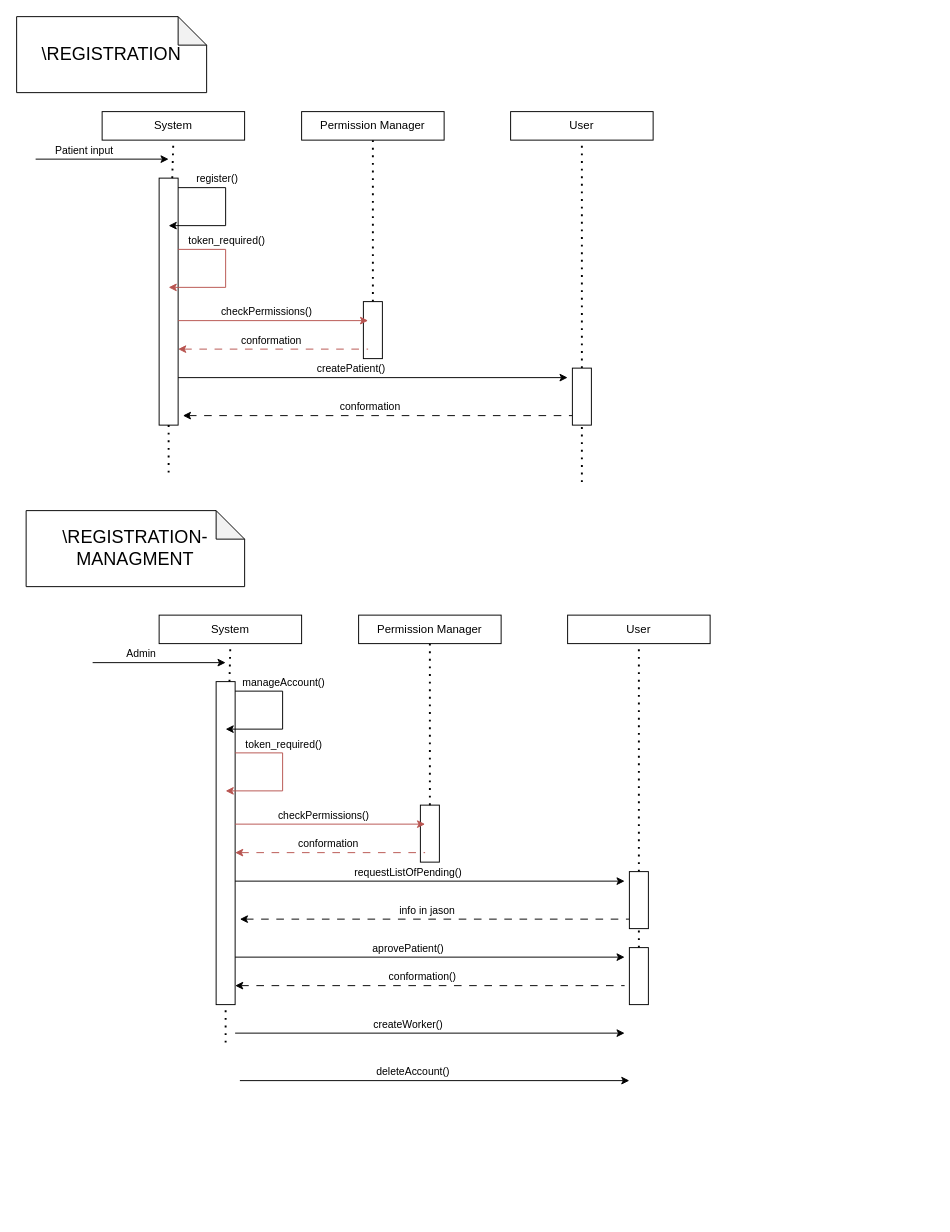
The draw.io diagram Project_Documentation/sequence_design/Registration.drawio in IndecentTulip/INFO2413, before the edit. Source tidied: cells renumbered, new cells numbered last; positions are measured from the earlier drawing's top-left corner, leaving out a move shared by most shapes. Both pictures are drawn from the tidied source at 95%, with x=0, y=0 at pixel (16, 16).
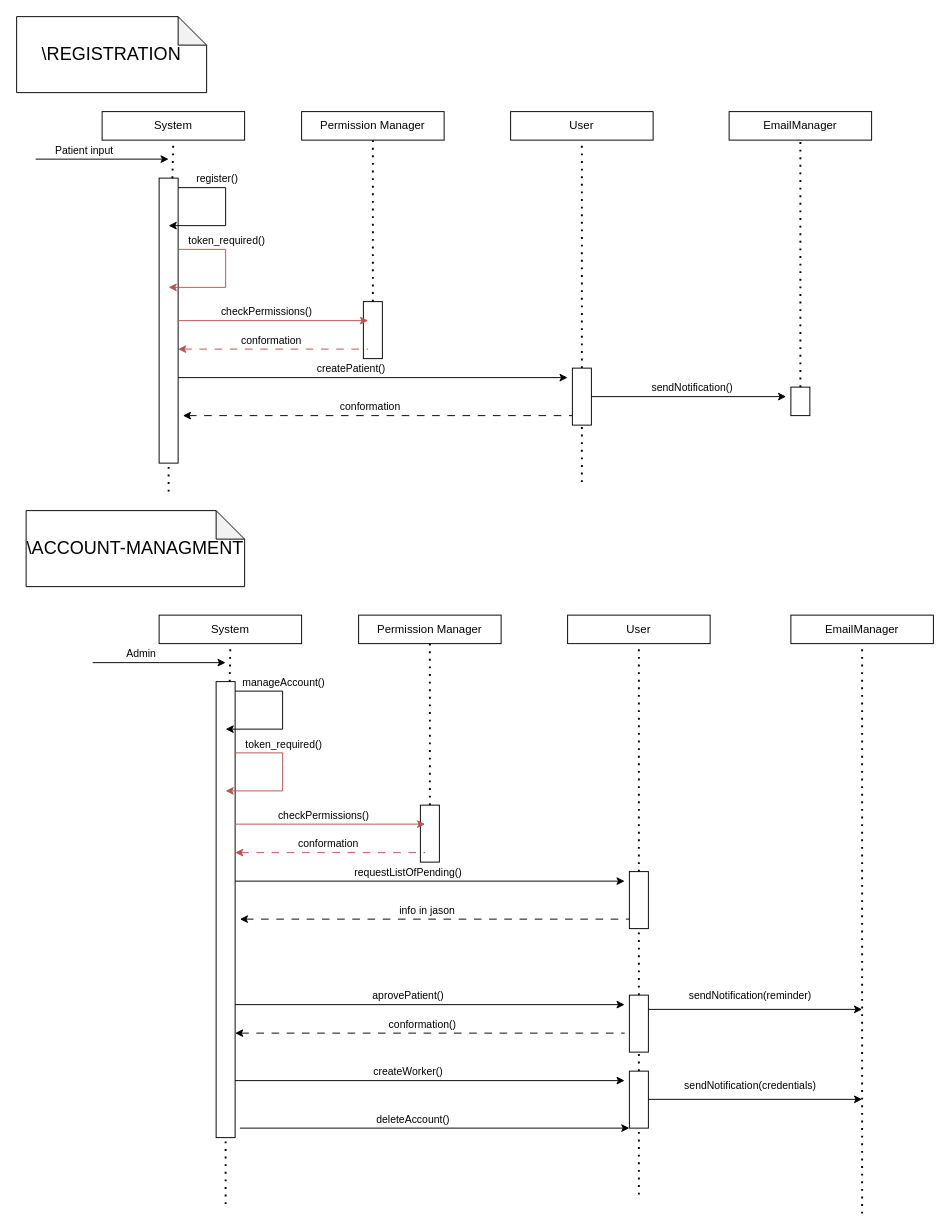
The same page after the edit.

Unchanged cells that the change refers to:
```xml
<mxCell id="19" style="rounded=0;whiteSpace=wrap;html=1;" parent="1" vertex="1">
  <mxGeometry x="585" y="370" width="20" height="60" as="geometry" />
</mxCell>
<mxCell id="46" style="rounded=0;whiteSpace=wrap;html=1;" parent="1" vertex="1">
  <mxGeometry x="645" y="900" width="20" height="60" as="geometry" />
</mxCell>
```

Diff of the diagram source:
```diff
@@
     <mxCell id="3" style="rounded=0;whiteSpace=wrap;html=1;" parent="1" vertex="1">
-      <mxGeometry x="150" y="170" width="20" height="260" as="geometry" />
+      <mxGeometry x="150" y="170" width="20" height="300" as="geometry" />
     </mxCell>
@@
     <mxCell id="15" style="endArrow=none;dashed=1;html=1;dashPattern=1 3;strokeWidth=2;rounded=0;entryX=0.5;entryY=1;entryDx=0;entryDy=0;" parent="1" edge="1" target="3">
       <mxGeometry relative="1" as="geometry">
-        <mxPoint x="160" y="480" as="sourcePoint" />
+        <mxPoint x="160" y="500" as="sourcePoint" />
       </mxGeometry>
     </mxCell>
@@
-    <mxCell id="29" value="&lt;font style=&quot;font-size: 19px;&quot;&gt;\REGISTRATION-MANAGMENT&lt;/font&gt;" style="shape=note;whiteSpace=wrap;html=1;backgroundOutline=1;darkOpacity=0.05;" parent="1" vertex="1">
+    <mxCell id="29" value="&lt;font style=&quot;font-size: 19px;&quot;&gt;\ACCOUNT-MANAGMENT&lt;/font&gt;" style="shape=note;whiteSpace=wrap;html=1;backgroundOutline=1;darkOpacity=0.05;" parent="1" vertex="1">
       <mxGeometry x="10" y="520" width="230" height="80" as="geometry" />
     </mxCell>
@@
     <mxCell id="31" style="rounded=0;whiteSpace=wrap;html=1;" parent="1" vertex="1">
-      <mxGeometry x="210" y="700" width="20" height="340" as="geometry" />
+      <mxGeometry x="210" y="700" width="20" height="480" as="geometry" />
     </mxCell>
@@
     <mxCell id="42" style="endArrow=none;dashed=1;html=1;dashPattern=1 3;strokeWidth=2;rounded=0;entryX=0.5;entryY=1;entryDx=0;entryDy=0;" parent="1" edge="1" target="31">
       <mxGeometry relative="1" as="geometry">
-        <mxPoint x="220" y="1080" as="sourcePoint" />
+        <mxPoint x="220" y="1250" as="sourcePoint" />
       </mxGeometry>
     </mxCell>
@@
-    <mxCell id="45" style="endArrow=none;dashed=1;html=1;dashPattern=1 3;strokeWidth=2;rounded=0;entryX=0.5;entryY=1;entryDx=0;entryDy=0;" parent="1" edge="1" target="46">
-      <mxGeometry relative="1" as="geometry">
-        <mxPoint x="655" y="1020" as="sourcePoint" />
-      </mxGeometry>
+    <mxCell id="45" style="endArrow=none;dashed=1;html=1;dashPattern=1 3;strokeWidth=2;rounded=0;entryX=0.5;entryY=1;entryDx=0;entryDy=0;" parent="1" edge="1" source="71" target="46">
+      <mxGeometry relative="1" as="geometry" />
     </mxCell>
@@
     <mxCell id="56" style="endArrow=classic;html=1;rounded=0;" parent="1" edge="1">
       <mxGeometry relative="1" as="geometry">
-        <mxPoint x="230" y="990" as="sourcePoint" />
-        <mxPoint x="640" y="990" as="targetPoint" />
+        <mxPoint x="230" y="1040" as="sourcePoint" />
+        <mxPoint x="640" y="1040" as="targetPoint" />
       </mxGeometry>
     </mxCell>
@@
     <mxCell id="58" style="rounded=0;whiteSpace=wrap;html=1;" parent="1" vertex="1">
-      <mxGeometry x="645" y="980" width="20" height="60" as="geometry" />
+      <mxGeometry x="645" y="1030" width="20" height="60" as="geometry" />
     </mxCell>
     <mxCell id="59" style="endArrow=none;html=1;rounded=0;dashed=1;dashPattern=8 8;startArrow=classic;startFill=1;endFill=0;" parent="1" edge="1">
       <mxGeometry relative="1" as="geometry">
-        <mxPoint x="230" y="1020" as="sourcePoint" />
-        <mxPoint x="640" y="1020" as="targetPoint" />
+        <mxPoint x="230" y="1070" as="sourcePoint" />
+        <mxPoint x="640" y="1070" as="targetPoint" />
       </mxGeometry>
     </mxCell>
@@
     <mxCell id="61" style="endArrow=classic;html=1;rounded=0;" parent="1" edge="1">
       <mxGeometry relative="1" as="geometry">
-        <mxPoint x="230" y="1070" as="sourcePoint" />
-        <mxPoint x="640" y="1070" as="targetPoint" />
+        <mxPoint x="230" y="1120" as="sourcePoint" />
+        <mxPoint x="640" y="1120" as="targetPoint" />
       </mxGeometry>
     </mxCell>
@@
     <mxCell id="63" style="endArrow=classic;html=1;rounded=0;" parent="1" edge="1">
       <mxGeometry relative="1" as="geometry">
-        <mxPoint x="235" y="1120" as="sourcePoint" />
-        <mxPoint x="645" y="1120" as="targetPoint" />
+        <mxPoint x="235" y="1170" as="sourcePoint" />
+        <mxPoint x="645" y="1170" as="targetPoint" />
       </mxGeometry>
     </mxCell>
@@
+    <mxCell id="65" value="EmailManager" style="rounded=0;whiteSpace=wrap;html=1;" parent="1" vertex="1">
+      <mxGeometry x="750" y="100" width="150" height="30" as="geometry" />
+    </mxCell>
+    <mxCell id="66" style="endArrow=none;dashed=1;html=1;dashPattern=1 3;strokeWidth=2;rounded=0;entryX=0.5;entryY=1;entryDx=0;entryDy=0;exitX=0.5;exitY=0;exitDx=0;exitDy=0;" parent="1" edge="1" source="67" target="65">
+      <mxGeometry relative="1" as="geometry" />
+    </mxCell>
+    <mxCell id="67" style="rounded=0;whiteSpace=wrap;html=1;" parent="1" vertex="1">
+      <mxGeometry x="815" y="390" width="20" height="30" as="geometry" />
+    </mxCell>
+    <mxCell id="68" style="endArrow=classic;html=1;rounded=0;exitX=1;exitY=0.5;exitDx=0;exitDy=0;" parent="1" edge="1" source="19">
+      <mxGeometry relative="1" as="geometry">
+        <mxPoint x="810" y="400" as="targetPoint" />
+      </mxGeometry>
+    </mxCell>
+    <mxCell id="69" value="sendNotification()" style="edgeLabel;html=1;align=center;verticalAlign=middle;" parent="68" vertex="1">
+      <mxGeometry x="-0.61" y="-2" relative="1" as="geometry">
+        <mxPoint x="65" y="-12" as="offset" />
+      </mxGeometry>
+    </mxCell>
+    <mxCell id="70" style="endArrow=none;dashed=1;html=1;dashPattern=1 3;strokeWidth=2;rounded=0;entryX=0.5;entryY=1;entryDx=0;entryDy=0;" parent="1" edge="1" target="71">
+      <mxGeometry relative="1" as="geometry">
+        <mxPoint x="655" y="1240" as="sourcePoint" />
+      </mxGeometry>
+    </mxCell>
+    <mxCell id="71" style="rounded=0;whiteSpace=wrap;html=1;" parent="1" vertex="1">
+      <mxGeometry x="645" y="1110" width="20" height="60" as="geometry" />
+    </mxCell>
+    <mxCell id="72" value="EmailManager" style="rounded=0;whiteSpace=wrap;html=1;" parent="1" vertex="1">
+      <mxGeometry x="815" y="630" width="150" height="30" as="geometry" />
+    </mxCell>
+    <mxCell id="73" style="endArrow=none;dashed=1;html=1;dashPattern=1 3;strokeWidth=2;rounded=0;entryX=0.5;entryY=1;entryDx=0;entryDy=0;" parent="1" edge="1" target="72">
+      <mxGeometry relative="1" as="geometry">
+        <mxPoint x="890" y="1260" as="sourcePoint" />
+      </mxGeometry>
+    </mxCell>
+    <mxCell id="74" style="endArrow=classic;html=1;rounded=0;exitX=1;exitY=0.25;exitDx=0;exitDy=0;" parent="1" edge="1" source="58">
+      <mxGeometry relative="1" as="geometry">
+        <mxPoint x="890" y="1045" as="targetPoint" />
+      </mxGeometry>
+    </mxCell>
+    <mxCell id="75" value="sendNotification(reminder)" style="edgeLabel;html=1;align=center;verticalAlign=middle;" parent="74" vertex="1">
+      <mxGeometry x="-0.61" y="-2" relative="1" as="geometry">
+        <mxPoint x="62" y="-17" as="offset" />
+      </mxGeometry>
+    </mxCell>
+    <mxCell id="76" style="endArrow=classic;html=1;rounded=0;exitX=1;exitY=0.25;exitDx=0;exitDy=0;" parent="1" edge="1">
+      <mxGeometry relative="1" as="geometry">
+        <mxPoint x="665" y="1139.7" as="sourcePoint" />
+        <mxPoint x="890" y="1139.7" as="targetPoint" />
+      </mxGeometry>
+    </mxCell>
+    <mxCell id="77" value="sendNotification(credentials)" style="edgeLabel;html=1;align=center;verticalAlign=middle;" parent="76" vertex="1">
+      <mxGeometry x="-0.61" y="-2" relative="1" as="geometry">
+        <mxPoint x="62" y="-17" as="offset" />
+      </mxGeometry>
+    </mxCell>
```
